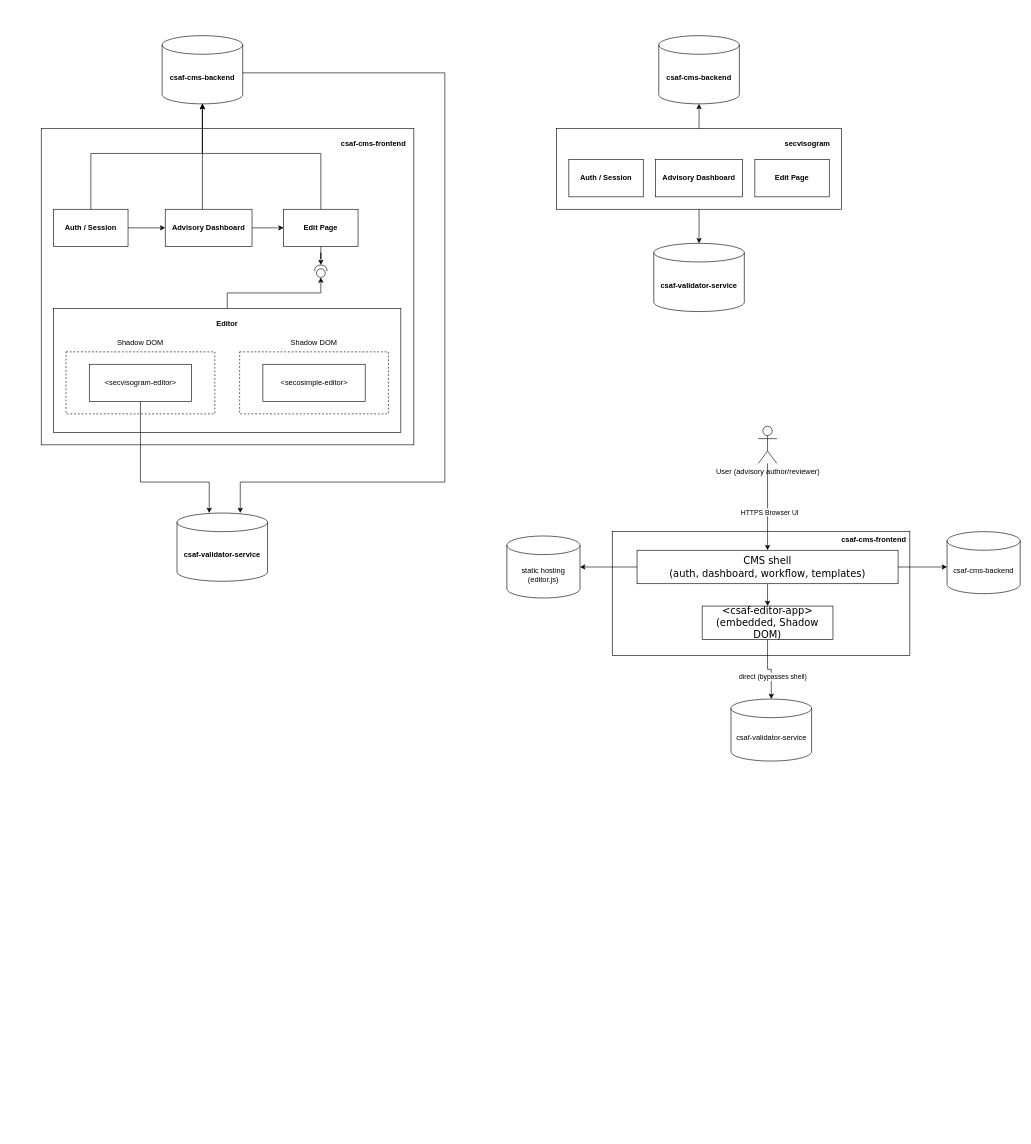
This is docs/spec.drawio from secvisogram/csaf-cms-frontend, a draw.io file, before an edit. Source tidied: cells renumbered, new cells numbered last; positions are measured from the earlier drawing's top-left corner, leaving out a move shared by most shapes. Both pictures are drawn from the tidied source at 62%, with x=0, y=0 at pixel (11, 11).
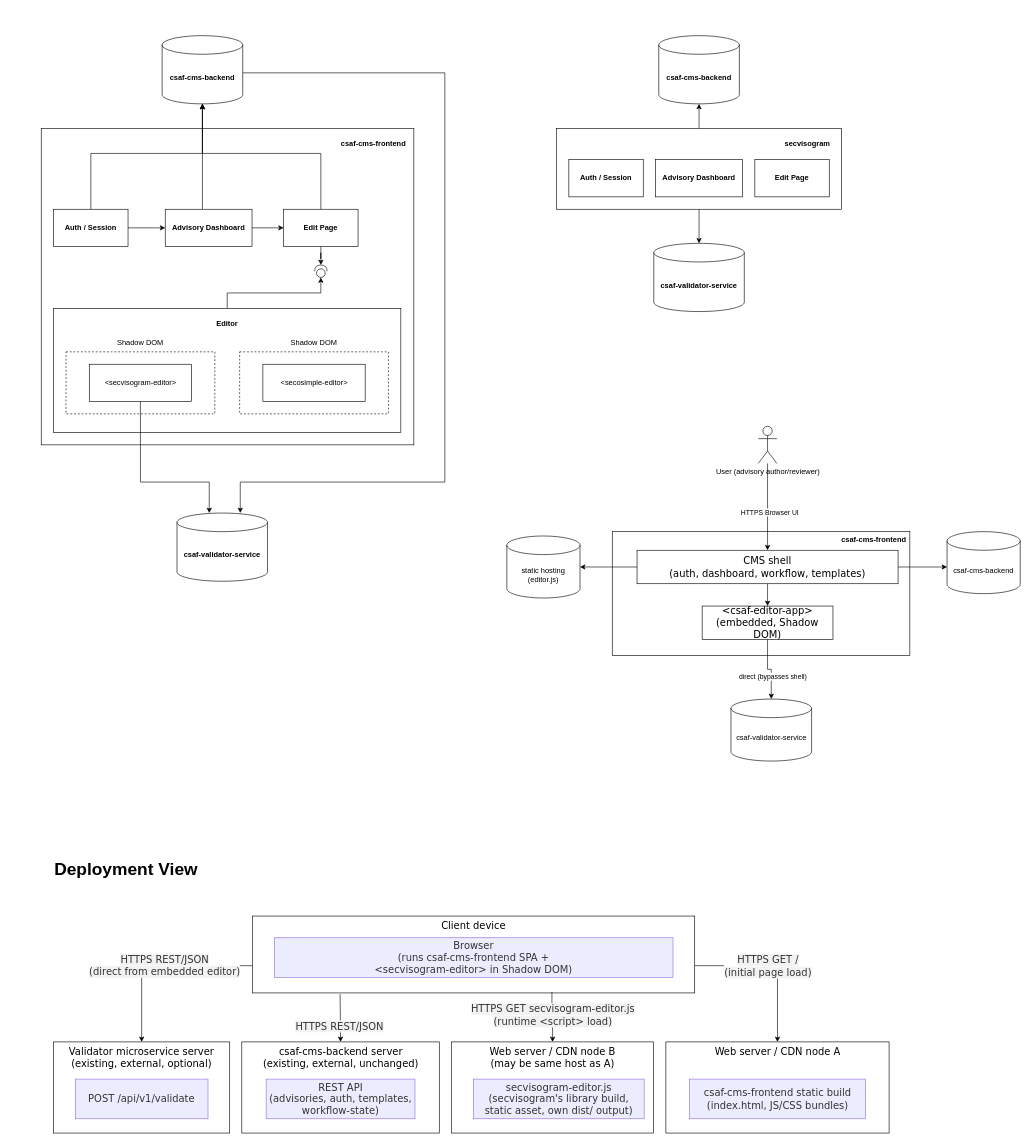
After the change.

The edit, as a diff of the source:
```diff
@@
+    <mxCell id="57" style="edgeStyle=orthogonalEdgeStyle;rounded=0;jettySize=auto;html=1;entryX=0.5;entryY=0;entryDx=0;entryDy=0;" parent="1" edge="1" source="61" target="63">
+      <mxGeometry relative="1" as="geometry">
+        <Array as="points">
+          <mxPoint x="1236.5" y="1540" />
+        </Array>
+      </mxGeometry>
+    </mxCell>
+    <mxCell id="58" value="&lt;span style=&quot;color: rgb(51, 51, 51); font-family: &amp;quot;Trebuchet MS&amp;quot;, Verdana, Arial, sans-serif; font-size: 16px; background-color: rgba(232, 232, 232, 0.553);&quot;&gt;HTTPS GET /&lt;/span&gt;&lt;br style=&quot;color: rgb(51, 51, 51); font-family: &amp;quot;Trebuchet MS&amp;quot;, Verdana, Arial, sans-serif; font-size: 16px;&quot;&gt;&lt;span style=&quot;color: rgb(51, 51, 51); font-family: &amp;quot;Trebuchet MS&amp;quot;, Verdana, Arial, sans-serif; font-size: 16px; background-color: rgba(232, 232, 232, 0.553);&quot;&gt;(initial page load)&lt;/span&gt;" style="edgeLabel;html=1;align=center;verticalAlign=middle;" parent="57" vertex="1">
+      <mxGeometry x="-0.09" relative="1" as="geometry" />
+    </mxCell>
+    <mxCell id="59" style="edgeStyle=orthogonalEdgeStyle;rounded=0;jettySize=auto;html=1;entryX=0.5;entryY=0;entryDx=0;entryDy=0;" parent="1" edge="1" source="61" target="66">
+      <mxGeometry relative="1" as="geometry">
+        <Array as="points">
+          <mxPoint x="211.1" y="1540" />
+        </Array>
+      </mxGeometry>
+    </mxCell>
+    <mxCell id="60" value="&lt;span style=&quot;color: rgb(51, 51, 51); font-family: &amp;quot;Trebuchet MS&amp;quot;, Verdana, Arial, sans-serif; font-size: 16px; background-color: rgba(232, 232, 232, 0.553);&quot;&gt;HTTPS REST/JSON&lt;/span&gt;&lt;br style=&quot;color: rgb(51, 51, 51); font-family: &amp;quot;Trebuchet MS&amp;quot;, Verdana, Arial, sans-serif; font-size: 16px;&quot;&gt;&lt;span style=&quot;color: rgb(51, 51, 51); font-family: &amp;quot;Trebuchet MS&amp;quot;, Verdana, Arial, sans-serif; font-size: 16px; background-color: rgba(232, 232, 232, 0.553);&quot;&gt;(direct from embedded editor)&lt;/span&gt;" style="edgeLabel;html=1;align=center;verticalAlign=middle;" parent="59" vertex="1">
+      <mxGeometry x="-0.05" y="-1" relative="1" as="geometry" />
+    </mxCell>
+    <mxCell id="61" value="Client device" style="html=1;whiteSpace=wrap;strokeWidth=1;verticalAlign=top;fontFamily=Trebuchet MS,Verdana,Arial,sans-serif;fontSize=16;" parent="1" vertex="1">
+      <mxGeometry x="390" y="1460" width="713" height="124" as="geometry" />
+    </mxCell>
+    <mxCell id="62" value="Browser&#10;(runs csaf-cms-frontend SPA +&#10;&amp;lt;secvisogram-editor&amp;gt; in Shadow DOM)" style="html=1;whiteSpace=wrap;strokeWidth=1;fillColor=light-dark(#ECECFF,#1f2020);strokeColor=light-dark(#9370DB,#cccccc);fontColor=light-dark(#333333,#cccccc);fontFamily=Trebuchet MS,Verdana,Arial,sans-serif;fontSize=16;" parent="61" vertex="1">
+      <mxGeometry x="35" y="35" width="643" height="64" as="geometry" />
+    </mxCell>
+    <mxCell id="63" value="Web server / CDN node A" style="html=1;whiteSpace=wrap;strokeWidth=1;verticalAlign=top;fontFamily=Trebuchet MS,Verdana,Arial,sans-serif;fontSize=16;" parent="1" vertex="1">
+      <mxGeometry x="1056.5" y="1663" width="360" height="147" as="geometry" />
+    </mxCell>
+    <mxCell id="64" value="Web server / CDN node B&#10;(may be same host as A)" style="html=1;whiteSpace=wrap;strokeWidth=1;verticalAlign=top;fontFamily=Trebuchet MS,Verdana,Arial,sans-serif;fontSize=16;" parent="1" vertex="1">
+      <mxGeometry x="711" y="1663" width="325.5" height="147" as="geometry" />
+    </mxCell>
+    <mxCell id="65" value="csaf-cms-backend server&#10;(existing, external, unchanged)" style="html=1;whiteSpace=wrap;strokeWidth=1;verticalAlign=top;fontFamily=Trebuchet MS,Verdana,Arial,sans-serif;fontSize=16;" parent="1" vertex="1">
+      <mxGeometry x="372.5" y="1663" width="318.5" height="147" as="geometry" />
+    </mxCell>
+    <mxCell id="66" value="Validator microservice server&#10;(existing, external, optional)" style="html=1;whiteSpace=wrap;strokeWidth=1;verticalAlign=top;fontFamily=Trebuchet MS,Verdana,Arial,sans-serif;fontSize=16;" parent="1" vertex="1">
+      <mxGeometry x="69" y="1663" width="284" height="147" as="geometry" />
+    </mxCell>
+    <mxCell id="67" value="secvisogram-editor.js&#10;(secvisogram's library build,&#10;static asset, own dist/ output)" style="html=1;whiteSpace=wrap;strokeWidth=1;fillColor=light-dark(#ECECFF,#1f2020);strokeColor=light-dark(#9370DB,#cccccc);fontColor=light-dark(#333333,#cccccc);fontFamily=Trebuchet MS,Verdana,Arial,sans-serif;fontSize=16;" parent="1" vertex="1">
+      <mxGeometry x="746" y="1723" width="275.5" height="64" as="geometry" />
+    </mxCell>
+    <mxCell id="68" style="edgeStyle=orthogonalEdgeStyle;rounded=0;jettySize=auto;html=1;exitX=0.677;exitY=0.987;exitDx=0;exitDy=0;entryX=0.5;entryY=0;entryDx=0;entryDy=0;exitPerimeter=0;" parent="1" edge="1" source="61" target="64">
+      <mxGeometry relative="1" as="geometry" />
+    </mxCell>
+    <mxCell id="69" value="&lt;span style=&quot;color: rgb(51, 51, 51); font-family: &amp;quot;Trebuchet MS&amp;quot;, Verdana, Arial, sans-serif; font-size: 16px; background-color: rgba(232, 232, 232, 0.553);&quot;&gt;HTTPS GET secvisogram-editor.js&lt;/span&gt;&lt;br style=&quot;color: rgb(51, 51, 51); font-family: &amp;quot;Trebuchet MS&amp;quot;, Verdana, Arial, sans-serif; font-size: 16px;&quot;&gt;&lt;span style=&quot;color: rgb(51, 51, 51); font-family: &amp;quot;Trebuchet MS&amp;quot;, Verdana, Arial, sans-serif; font-size: 16px; background-color: rgba(232, 232, 232, 0.553);&quot;&gt;(runtime &amp;lt;script&amp;gt; load)&lt;/span&gt;" style="edgeLabel;html=1;align=center;verticalAlign=middle;" parent="68" vertex="1">
+      <mxGeometry x="-0.48" y="2" relative="1" as="geometry">
+        <mxPoint x="-1" y="16" as="offset" />
+      </mxGeometry>
+    </mxCell>
+    <mxCell id="70" value="REST API&#10;(advisories, auth, templates, workflow-state)" style="html=1;whiteSpace=wrap;strokeWidth=1;fillColor=light-dark(#ECECFF,#1f2020);strokeColor=light-dark(#9370DB,#cccccc);fontColor=light-dark(#333333,#cccccc);fontFamily=Trebuchet MS,Verdana,Arial,sans-serif;fontSize=16;" parent="1" vertex="1">
+      <mxGeometry x="411.8" y="1723" width="240" height="64" as="geometry" />
+    </mxCell>
+    <mxCell id="71" style="edgeStyle=orthogonalEdgeStyle;rounded=0;jettySize=auto;html=1;entryX=0.5;entryY=0;entryDx=0;entryDy=0;" parent="1" edge="1" target="65">
+      <mxGeometry relative="1" as="geometry">
+        <mxPoint x="531" y="1585.9" as="sourcePoint" />
+      </mxGeometry>
+    </mxCell>
+    <mxCell id="72" value="&lt;span style=&quot;color: rgb(51, 51, 51); font-family: &amp;quot;Trebuchet MS&amp;quot;, Verdana, Arial, sans-serif; font-size: 16px; background-color: rgba(232, 232, 232, 0.553);&quot;&gt;HTTPS REST/JSON&lt;/span&gt;" style="edgeLabel;html=1;align=center;verticalAlign=middle;" parent="71" vertex="1">
+      <mxGeometry x="0.34" y="-2" relative="1" as="geometry" />
+    </mxCell>
+    <mxCell id="73" value="csaf-cms-frontend static build&#10;(index.html, JS/CSS bundles)" style="html=1;whiteSpace=wrap;strokeWidth=1;fillColor=light-dark(#ECECFF,#1f2020);strokeColor=light-dark(#9370DB,#cccccc);fontColor=light-dark(#333333,#cccccc);fontFamily=Trebuchet MS,Verdana,Arial,sans-serif;fontSize=16;" parent="1" vertex="1">
+      <mxGeometry x="1094.5" y="1723" width="284" height="64" as="geometry" />
+    </mxCell>
+    <mxCell id="74" value="POST /api/v1/validate" style="html=1;whiteSpace=wrap;strokeWidth=1;fillColor=light-dark(#ECECFF,#1f2020);strokeColor=light-dark(#9370DB,#cccccc);fontColor=light-dark(#333333,#cccccc);fontFamily=Trebuchet MS,Verdana,Arial,sans-serif;fontSize=16;" parent="1" vertex="1">
+      <mxGeometry x="104" y="1723" width="214" height="64" as="geometry" />
+    </mxCell>
+    <mxCell id="75" value="Deployment View" style="text;html=1;whiteSpace=wrap;strokeColor=none;fillColor=none;align=center;verticalAlign=middle;rounded=0;fontStyle=1;fontSize=28;" parent="1" vertex="1">
+      <mxGeometry x="60" y="1370" width="251.5" height="30" as="geometry" />
+    </mxCell>
```
